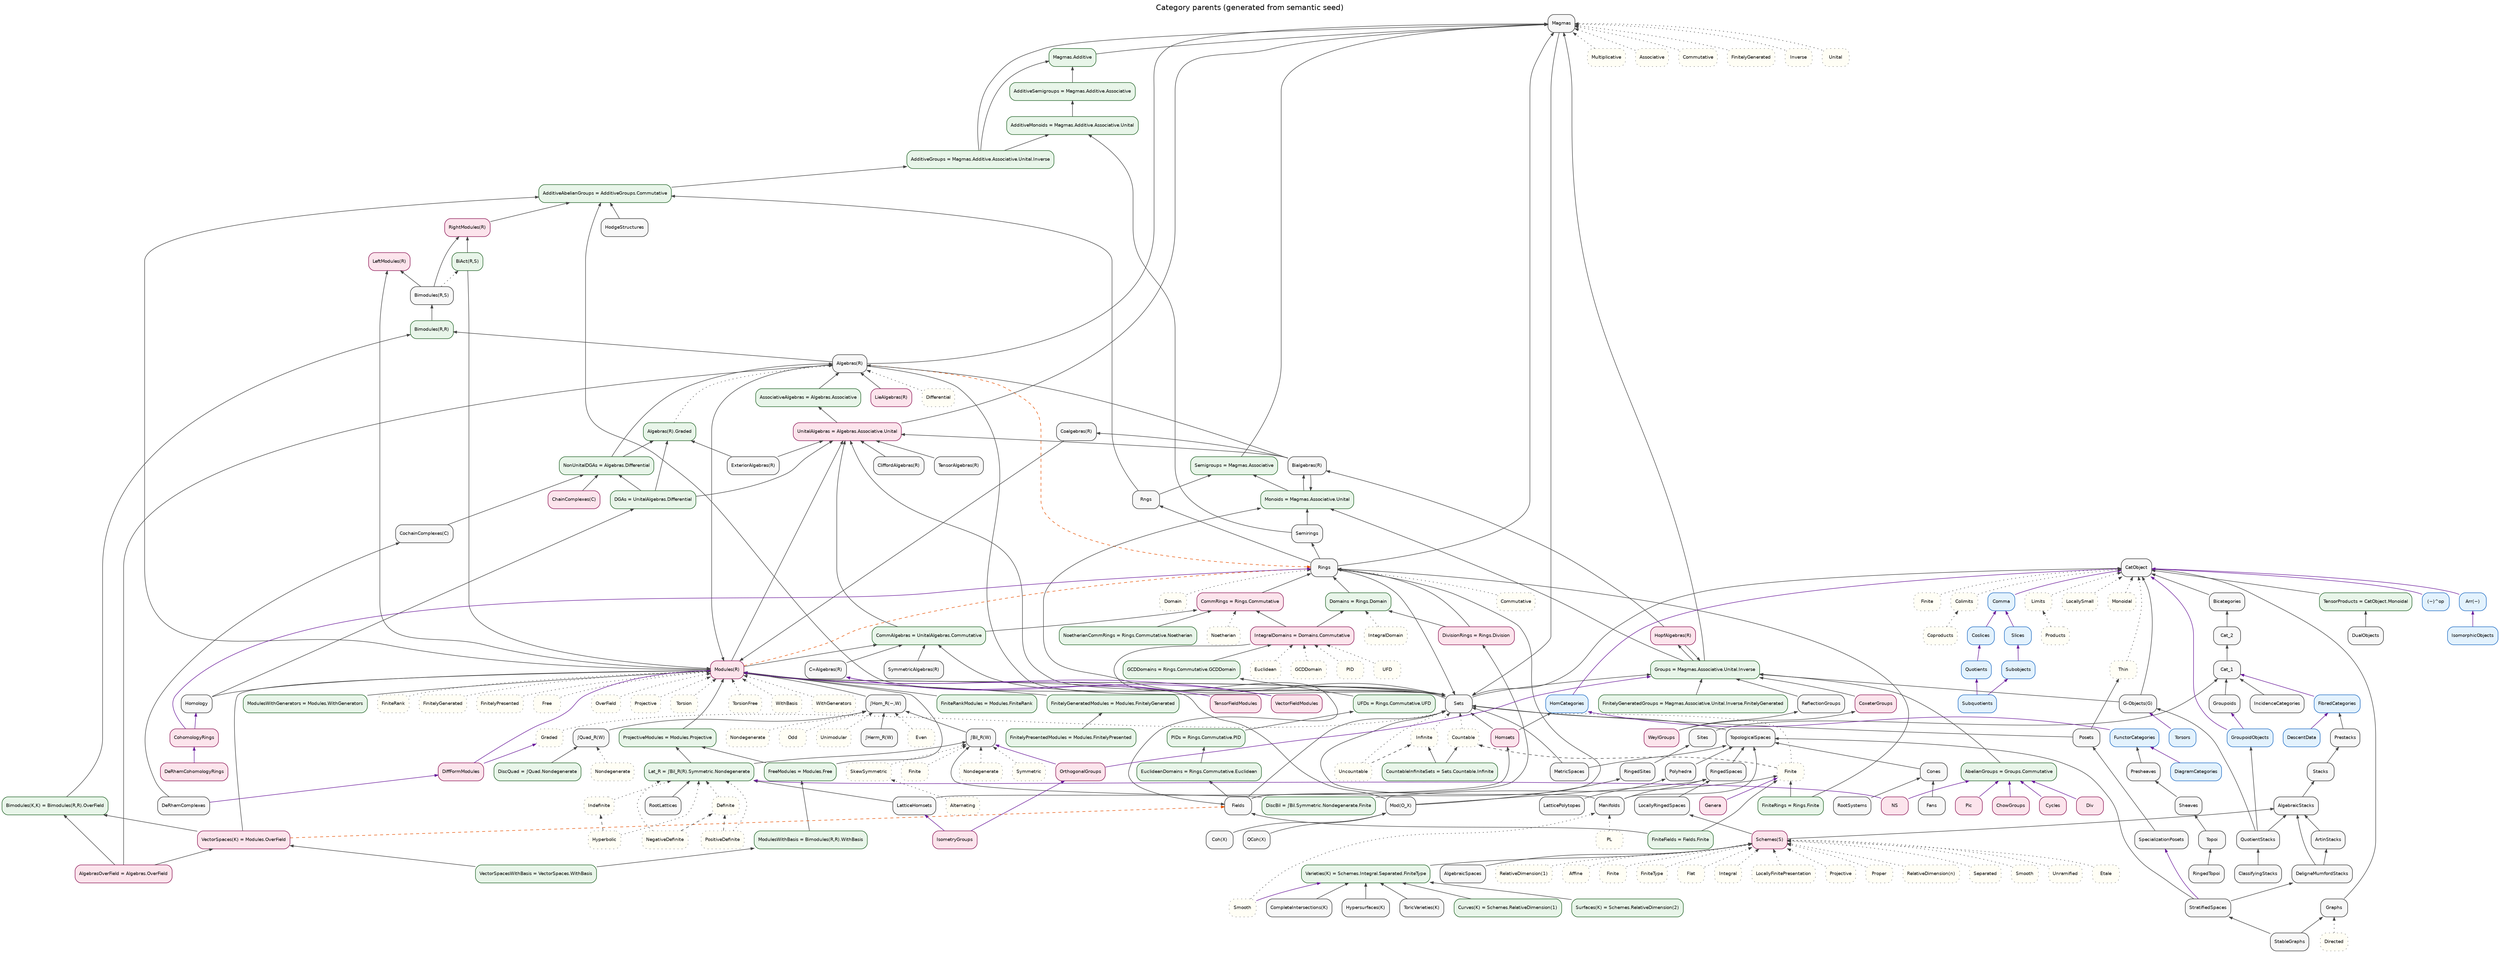
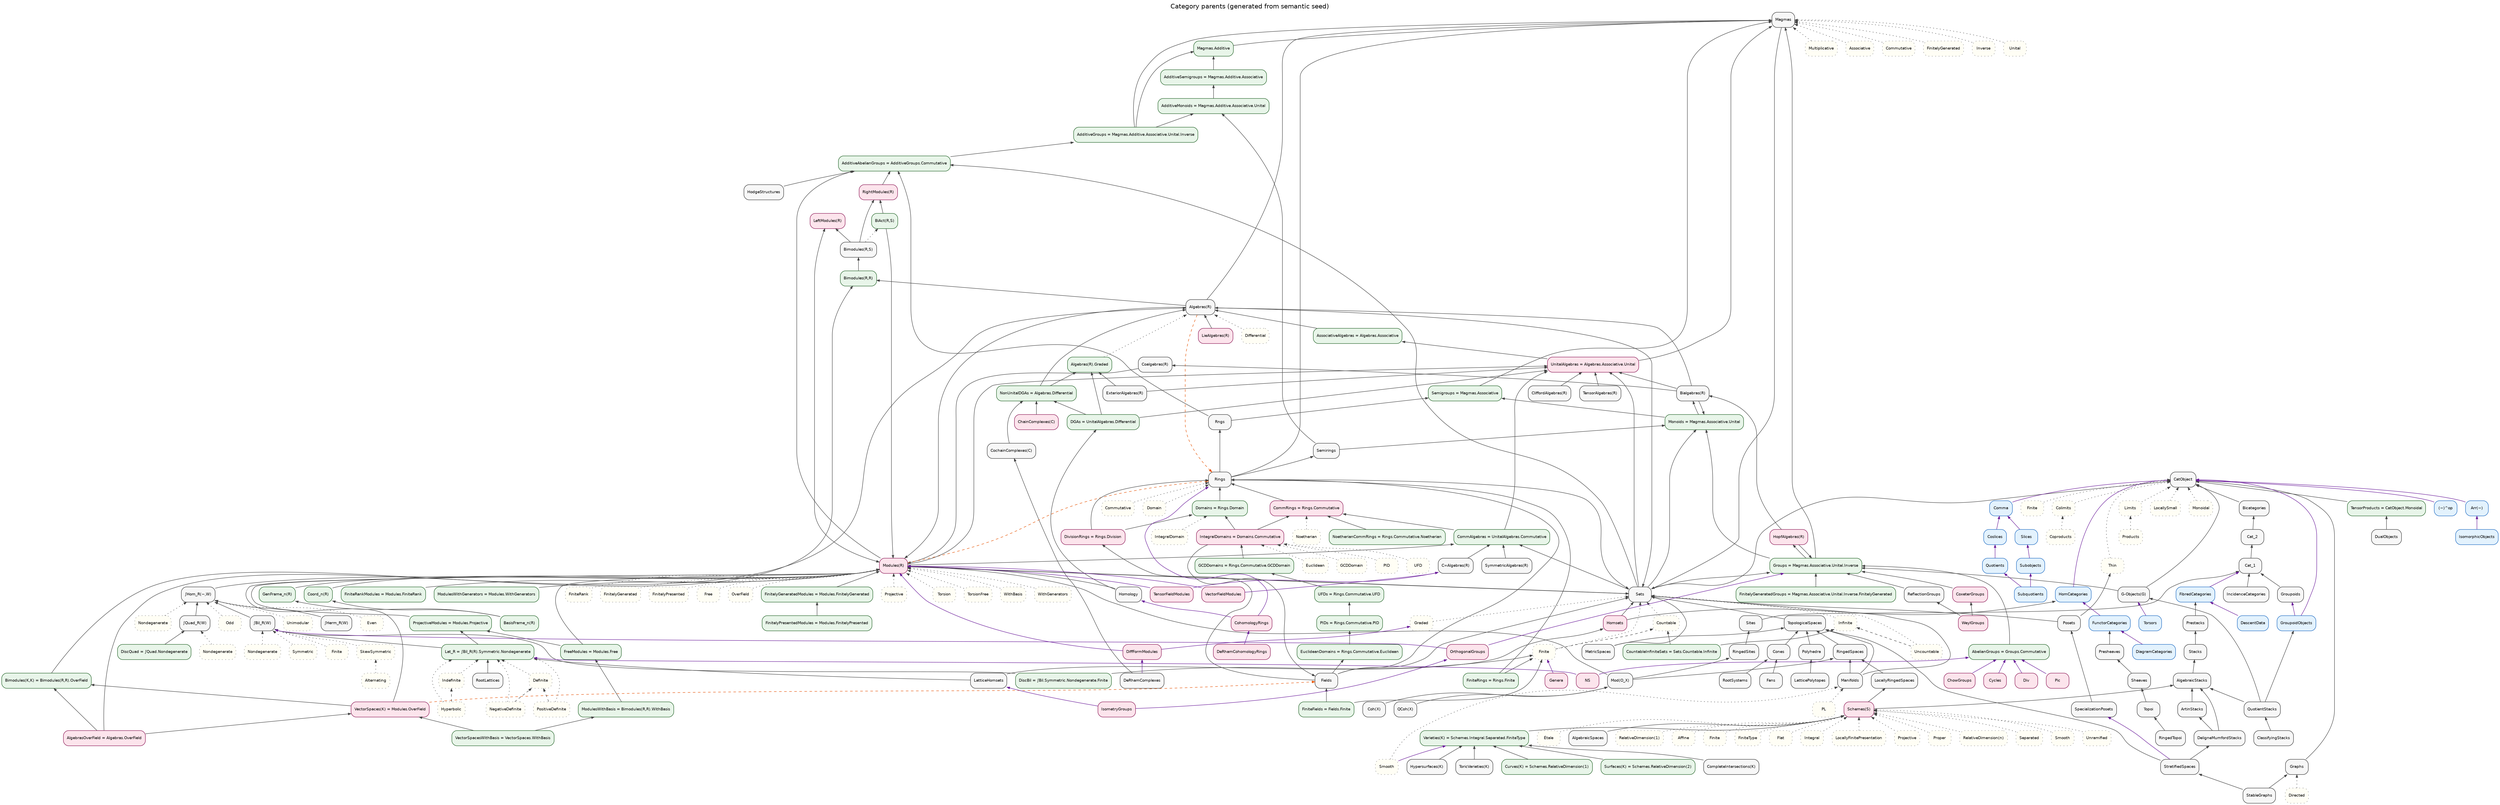
// GENERATED from semantic_seed/ — semantic presentation view.
// Authoritative: design/normalized_category_graph/semantic_seed/
// Factory/viz layout: category_parent_graph.dot (hand; see .hand.dot)

digraph CategoryParents {
  graph [
    rankdir=BT
    labelloc=t
    label="Category parents (generated from semantic seed)"
    fontsize=15
    fontname="Helvetica"
    nodesep=0.28
    ranksep=0.45
    splines=true
  ];
  node [
    shape=box
    style="rounded,filled"
    fontname="Helvetica"
    fontsize=9
    fillcolor="#f7f7f7"
    color="#333333"
  ];
  edge [color="#444444", arrowsize=0.65];

  // --- category_family ---
  AlgebraicSpaces [style="rounded,filled", fillcolor="#f7f7f7", color="#333333", id="cat.algebraicspaces", kind="category_family"];
  AlgebraicStacks [style="rounded,filled", fillcolor="#f7f7f7", color="#333333", id="cat.algebraicstacks", kind="category_family"];
  "Algebras(R)" [style="rounded,filled", fillcolor="#f7f7f7", color="#333333", id="cat.algebras_r", kind="category_family"];
  ArtinStacks [style="rounded,filled", fillcolor="#f7f7f7", color="#333333", id="cat.artinstacks", kind="category_family"];
  "Bialgebras(R)" [style="rounded,filled", fillcolor="#f7f7f7", color="#333333", id="cat.bialgebras_r", kind="category_family"];
  Bicategories [style="rounded,filled", fillcolor="#f7f7f7", color="#333333", id="cat.bicategories", kind="category_family"];
  "Bimodules(R,S)" [style="rounded,filled", fillcolor="#f7f7f7", color="#333333", id="cat.bimodules_r_s", kind="category_family"];
  CatObject [style="rounded,filled", fillcolor="#f7f7f7", color="#333333", id="cat.cat_object", kind="category_family"];
  Cat_1 [style="rounded,filled", fillcolor="#f7f7f7", color="#333333", id="cat.cat_1", kind="category_family"];
  Cat_2 [style="rounded,filled", fillcolor="#f7f7f7", color="#333333", id="cat.cat_2", kind="category_family"];
  "ChainComplexes(C)" [style="rounded,filled", fillcolor="#f7f7f7", color="#333333", id="cat.chaincomplexes", kind="category_family"];
  ClassifyingStacks [style="rounded,filled", fillcolor="#f7f7f7", color="#333333", id="cat.classifyingstacks", kind="category_family"];
  "CliffordAlgebras(R)" [style="rounded,filled", fillcolor="#f7f7f7", color="#333333", id="cat.cliffordalgebras", kind="category_family"];
  "Coalgebras(R)" [style="rounded,filled", fillcolor="#f7f7f7", color="#333333", id="cat.coalgebras_r", kind="category_family"];
  "CochainComplexes(C)" [style="rounded,filled", fillcolor="#f7f7f7", color="#333333", id="cat.cochaincomplexes", kind="category_family"];
  "Coh(X)" [style="rounded,filled", fillcolor="#f7f7f7", color="#333333", id="cat.coh", kind="category_family"];
  "CompleteIntersections(K)" [style="rounded,filled", fillcolor="#f7f7f7", color="#333333", id="cat.completeintersections", kind="category_family"];
  Cones [style="rounded,filled", fillcolor="#f7f7f7", color="#333333", id="cat.cones", kind="category_family"];
  CoxeterGroups [style="rounded,filled", fillcolor="#f7f7f7", color="#333333", id="cat.coxeter_groups", kind="category_family"];
  "C∞Algebras(R)" [style="rounded,filled", fillcolor="#f7f7f7", color="#333333", id="cat.cinftyalgebras", kind="category_family"];
  DeRhamComplexes [style="rounded,filled", fillcolor="#f7f7f7", color="#333333", id="cat.derhamcomplexes", kind="category_family"];
  DeligneMumfordStacks [style="rounded,filled", fillcolor="#f7f7f7", color="#333333", id="cat.delignemumfordstacks", kind="category_family"];
  DualObjects [style="rounded,filled", fillcolor="#f7f7f7", color="#333333", id="cat.dualobjects", kind="category_family"];
  "ExteriorAlgebras(R)" [style="rounded,filled", fillcolor="#f7f7f7", color="#333333", id="cat.exterioralgebras", kind="category_family"];
  Fans [style="rounded,filled", fillcolor="#f7f7f7", color="#333333", id="cat.fans", kind="category_family"];
  Fields [style="rounded,filled", fillcolor="#f7f7f7", color="#333333", id="cat.fields", kind="category_family"];
  "G-Objects(G)" [style="rounded,filled", fillcolor="#f7f7f7", color="#333333", id="cat.g_objects", kind="category_family"];
  Graphs [style="rounded,filled", fillcolor="#f7f7f7", color="#333333", id="cat.graphs", kind="category_family"];
  Groupoids [style="rounded,filled", fillcolor="#f7f7f7", color="#333333", id="cat.groupoids", kind="category_family"];
  HodgeStructures [style="rounded,filled", fillcolor="#f7f7f7", color="#333333", id="cat.hodgestructures", kind="category_family"];
  Homology [style="rounded,filled", fillcolor="#f7f7f7", color="#333333", id="cat.homology", kind="category_family"];
  Homsets [style="rounded,filled", fillcolor="#f7f7f7", color="#333333", id="cat.homsets", kind="category_family"];
  "HopfAlgebras(R)" [style="rounded,filled", fillcolor="#f7f7f7", color="#333333", id="cat.hopf_algebras_r", kind="category_family"];
  "Hypersurfaces(K)" [style="rounded,filled", fillcolor="#f7f7f7", color="#333333", id="cat.hypersurfaces", kind="category_family"];
  IncidenceCategories [style="rounded,filled", fillcolor="#f7f7f7", color="#333333", id="cat.incidencecategories", kind="category_family"];
  LatticeHomsets [style="rounded,filled", fillcolor="#f7f7f7", color="#333333", id="cat.latticehomsets", kind="category_family"];
  LatticePolytopes [style="rounded,filled", fillcolor="#f7f7f7", color="#333333", id="cat.latticepolytopes", kind="category_family"];
  "LieAlgebras(R)" [style="rounded,filled", fillcolor="#f7f7f7", color="#333333", id="cat.lie_algebras_r", kind="category_family"];
  LocallyRingedSpaces [style="rounded,filled", fillcolor="#f7f7f7", color="#333333", id="cat.locallyringedspaces", kind="category_family"];
  Magmas [style="rounded,filled", fillcolor="#f7f7f7", color="#333333", id="cat.magmas", kind="category_family"];
  Manifolds [style="rounded,filled", fillcolor="#f7f7f7", color="#333333", id="cat.manifolds", kind="category_family"];
  MetricSpaces [style="rounded,filled", fillcolor="#f7f7f7", color="#333333", id="cat.metricspaces", kind="category_family"];
  "Mod(O_X)" [style="rounded,filled", fillcolor="#f7f7f7", color="#333333", id="cat.mod", kind="category_family"];
  "Modules(R)" [style="rounded,filled", fillcolor="#f7f7f7", color="#333333", id="cat.modules_r", kind="category_family"];
  Polyhedra [style="rounded,filled", fillcolor="#f7f7f7", color="#333333", id="cat.polyhedra", kind="category_family"];
  Posets [style="rounded,filled", fillcolor="#f7f7f7", color="#333333", id="cat.posets", kind="category_family"];
  Presheaves [style="rounded,filled", fillcolor="#f7f7f7", color="#333333", id="cat.presheaves", kind="category_family"];
  Prestacks [style="rounded,filled", fillcolor="#f7f7f7", color="#333333", id="cat.prestacks", kind="category_family"];
  "QCoh(X)" [style="rounded,filled", fillcolor="#f7f7f7", color="#333333", id="cat.qcoh", kind="category_family"];
  QuotientStacks [style="rounded,filled", fillcolor="#f7f7f7", color="#333333", id="cat.quotientstacks", kind="category_family"];
  ReflectionGroups [style="rounded,filled", fillcolor="#f7f7f7", color="#333333", id="cat.reflectiongroups", kind="category_family"];
  RingedSites [style="rounded,filled", fillcolor="#f7f7f7", color="#333333", id="cat.ringedsites", kind="category_family"];
  RingedSpaces [style="rounded,filled", fillcolor="#f7f7f7", color="#333333", id="cat.ringedspaces", kind="category_family"];
  RingedTopoi [style="rounded,filled", fillcolor="#f7f7f7", color="#333333", id="cat.ringedtopoi", kind="category_family"];
  Rings [style="rounded,filled", fillcolor="#f7f7f7", color="#333333", id="cat.rings", kind="category_family"];
  Rngs [style="rounded,filled", fillcolor="#f7f7f7", color="#333333", id="cat.rngs", kind="category_family"];
  RootLattices [style="rounded,filled", fillcolor="#f7f7f7", color="#333333", id="cat.rootlattices", kind="category_family"];
  RootSystems [style="rounded,filled", fillcolor="#f7f7f7", color="#333333", id="cat.rootsystems", kind="category_family"];
  "Schemes(S)" [style="rounded,filled", fillcolor="#f7f7f7", color="#333333", id="cat.schemes_s", kind="category_family"];
  Semirings [style="rounded,filled", fillcolor="#f7f7f7", color="#333333", id="cat.semirings", kind="category_family"];
  Sets [style="rounded,filled", fillcolor="#f7f7f7", color="#333333", id="cat.sets", kind="category_family"];
  Sheaves [style="rounded,filled", fillcolor="#f7f7f7", color="#333333", id="cat.sheaves", kind="category_family"];
  Sites [style="rounded,filled", fillcolor="#f7f7f7", color="#333333", id="cat.sites", kind="category_family"];
  SpecializationPosets [style="rounded,filled", fillcolor="#f7f7f7", color="#333333", id="cat.specializationposets", kind="category_family"];
  StableGraphs [style="rounded,filled", fillcolor="#f7f7f7", color="#333333", id="cat.stablegraphs", kind="category_family"];
  Stacks [style="rounded,filled", fillcolor="#f7f7f7", color="#333333", id="cat.stacks", kind="category_family"];
  StratifiedSpaces [style="rounded,filled", fillcolor="#f7f7f7", color="#333333", id="cat.stratifiedspaces", kind="category_family"];
  "SymmetricAlgebras(R)" [style="rounded,filled", fillcolor="#f7f7f7", color="#333333", id="cat.symmetricalgebras", kind="category_family"];
  "TensorAlgebras(R)" [style="rounded,filled", fillcolor="#f7f7f7", color="#333333", id="cat.tensoralgebras", kind="category_family"];
  Topoi [style="rounded,filled", fillcolor="#f7f7f7", color="#333333", id="cat.topoi", kind="category_family"];
  TopologicalSpaces [style="rounded,filled", fillcolor="#f7f7f7", color="#333333", id="cat.topologicalspaces", kind="category_family"];
  "ToricVarieties(K)" [style="rounded,filled", fillcolor="#f7f7f7", color="#333333", id="cat.toricvarieties", kind="category_family"];
  WeylGroups [style="rounded,filled", fillcolor="#f7f7f7", color="#333333", id="cat.weyl_groups", kind="category_family"];
  "∫Bil_R(W)" [style="rounded,filled", fillcolor="#f7f7f7", color="#333333", id="cat.int_bil_r", kind="category_family"];
  "∫Herm_R(W)" [style="rounded,filled", fillcolor="#f7f7f7", color="#333333", id="cat.int_herm_r", kind="category_family"];
  "∫Hom_R(−,W)" [style="rounded,filled", fillcolor="#f7f7f7", color="#333333", id="cat.int_hom_r", kind="category_family"];
  "∫Quad_R(W)" [style="rounded,filled", fillcolor="#f7f7f7", color="#333333", id="cat.int_quad_r", kind="category_family"];

  // --- derived_category ---
  "AbelianGroups = Groups.Commutative" [style="rounded,filled", fillcolor="#e8f5e9", color="#1b5e20", id="cat.abelian_groups", kind="derived_category"];
  "AdditiveAbelianGroups = AdditiveGroups.Commutative" [style="rounded,filled", fillcolor="#e8f5e9", color="#1b5e20", id="cat.additive_abelian_groups", kind="derived_category"];
  "AdditiveGroups = Magmas.Additive.Associative.Unital.Inverse" [style="rounded,filled", fillcolor="#e8f5e9", color="#1b5e20", id="cat.additive_groups", kind="derived_category"];
  "AdditiveMonoids = Magmas.Additive.Associative.Unital" [style="rounded,filled", fillcolor="#e8f5e9", color="#1b5e20", id="cat.additive_monoids", kind="derived_category"];
  "AdditiveSemigroups = Magmas.Additive.Associative" [style="rounded,filled", fillcolor="#e8f5e9", color="#1b5e20", id="cat.additive_semigroups", kind="derived_category"];
  "Algebras(R).Graded" [style="rounded,filled", fillcolor="#e8f5e9", color="#1b5e20", id="cat.algebras_r.graded", kind="derived_category"];
  "AlgebrasOverField = Algebras.OverField" [style="rounded,filled", fillcolor="#e8f5e9", color="#1b5e20", id="cat.algebras_over_field", kind="derived_category"];
  "AssociativeAlgebras = Algebras.Associative" [style="rounded,filled", fillcolor="#e8f5e9", color="#1b5e20", id="cat.associativealgebras", kind="derived_category"];
+   "BasisFrame_n(R)" [style="rounded,filled", fillcolor="#e8f5e9", color="#1b5e20", id="cat.basisframe_n_r", kind="derived_category"];
  "BiAct(R,S)" [style="rounded,filled", fillcolor="#e8f5e9", color="#1b5e20", id="cat.biact_r_s", kind="derived_category"];
  "Bimodules(K,K) = Bimodules(R,R).OverField" [style="rounded,filled", fillcolor="#e8f5e9", color="#1b5e20", id="cat.bimodules_k_k", kind="derived_category"];
  "Bimodules(R,R)" [style="rounded,filled", fillcolor="#e8f5e9", color="#1b5e20", id="cat.bimodules_r_r", kind="derived_category"];
  "CommAlgebras = UnitalAlgebras.Commutative" [style="rounded,filled", fillcolor="#e8f5e9", color="#1b5e20", id="cat.commutative_algebras", kind="derived_category"];
  "CommRings = Rings.Commutative" [style="rounded,filled", fillcolor="#e8f5e9", color="#1b5e20", id="cat.commutative_rings", kind="derived_category"];
+   "Coord_n(R)" [style="rounded,filled", fillcolor="#e8f5e9", color="#1b5e20", id="cat.coord_n_r", kind="derived_category"];
  "CountableInfiniteSets = Sets.Countable.Infinite" [style="rounded,filled", fillcolor="#e8f5e9", color="#1b5e20", id="cat.countableinfinitesets", kind="derived_category"];
  "Curves(K) = Schemes.RelativeDimension(1)" [style="rounded,filled", fillcolor="#e8f5e9", color="#1b5e20", id="cat.curves", kind="derived_category"];
  "DGAs = UnitalAlgebras.Differential" [style="rounded,filled", fillcolor="#e8f5e9", color="#1b5e20", id="cat.dgas", kind="derived_category"];
  "DiscBil = ∫Bil.Symmetric.Nondegenerate.Finite" [style="rounded,filled", fillcolor="#e8f5e9", color="#1b5e20", id="cat.discbil", kind="derived_category"];
  "DiscQuad = ∫Quad.Nondegenerate" [style="rounded,filled", fillcolor="#e8f5e9", color="#1b5e20", id="cat.discquad", kind="derived_category"];
  "DivisionRings = Rings.Division" [style="rounded,filled", fillcolor="#e8f5e9", color="#1b5e20", id="cat.division_rings", kind="derived_category"];
  "Domains = Rings.Domain" [style="rounded,filled", fillcolor="#e8f5e9", color="#1b5e20", id="cat.domains", kind="derived_category"];
  "EuclideanDomains = Rings.Commutative.Euclidean" [style="rounded,filled", fillcolor="#e8f5e9", color="#1b5e20", id="cat.euclidean_domains", kind="derived_category"];
  "FiniteFields = Fields.Finite" [style="rounded,filled", fillcolor="#e8f5e9", color="#1b5e20", id="cat.finite_fields", kind="derived_category"];
  "FiniteRankModules = Modules.FiniteRank" [style="rounded,filled", fillcolor="#e8f5e9", color="#1b5e20", id="cat.finiterankmodules", kind="derived_category"];
  "FiniteRings = Rings.Finite" [style="rounded,filled", fillcolor="#e8f5e9", color="#1b5e20", id="cat.finite_rings", kind="derived_category"];
  "FinitelyGeneratedGroups = Magmas.Associative.Unital.Inverse.FinitelyGenerated" [style="rounded,filled", fillcolor="#e8f5e9", color="#1b5e20", id="cat.finitelygeneratedgroups", kind="derived_category"];
  "FinitelyGeneratedModules = Modules.FinitelyGenerated" [style="rounded,filled", fillcolor="#e8f5e9", color="#1b5e20", id="cat.finitelygeneratedmodules", kind="derived_category"];
  "FinitelyPresentedModules = Modules.FinitelyPresented" [style="rounded,filled", fillcolor="#e8f5e9", color="#1b5e20", id="cat.finitelypresentedmodules", kind="derived_category"];
  "FreeModules = Modules.Free" [style="rounded,filled", fillcolor="#e8f5e9", color="#1b5e20", id="cat.freemodules", kind="derived_category"];
  "GCDDomains = Rings.Commutative.GCDDomain" [style="rounded,filled", fillcolor="#e8f5e9", color="#1b5e20", id="cat.gcd_domains", kind="derived_category"];
+   "GenFrame_n(R)" [style="rounded,filled", fillcolor="#e8f5e9", color="#1b5e20", id="cat.genframe_n_r", kind="derived_category"];
  "Groups = Magmas.Associative.Unital.Inverse" [style="rounded,filled", fillcolor="#e8f5e9", color="#1b5e20", id="cat.groups", kind="derived_category"];
  "IntegralDomains = Domains.Commutative" [style="rounded,filled", fillcolor="#e8f5e9", color="#1b5e20", id="cat.integral_domains", kind="derived_category"];
  "Lat_R = ∫Bil_R(R).Symmetric.Nondegenerate" [style="rounded,filled", fillcolor="#e8f5e9", color="#1b5e20", id="cat.lat_r", kind="derived_category"];
  "Magmas.Additive" [style="rounded,filled", fillcolor="#e8f5e9", color="#1b5e20", id="cat.additive_magmas", kind="derived_category"];
  "ModulesWithBasis = Bimodules(R,R).WithBasis" [style="rounded,filled", fillcolor="#e8f5e9", color="#1b5e20", id="cat.modules_with_basis", kind="derived_category"];
  "ModulesWithGenerators = Modules.WithGenerators" [style="rounded,filled", fillcolor="#e8f5e9", color="#1b5e20", id="cat.moduleswithgenerators", kind="derived_category"];
  "Monoids = Magmas.Associative.Unital" [style="rounded,filled", fillcolor="#e8f5e9", color="#1b5e20", id="cat.monoids", kind="derived_category"];
  "NoetherianCommRings = Rings.Commutative.Noetherian" [style="rounded,filled", fillcolor="#e8f5e9", color="#1b5e20", id="cat.noetheriancommrings", kind="derived_category"];
  "NonUnitalDGAs = Algebras.Differential" [style="rounded,filled", fillcolor="#e8f5e9", color="#1b5e20", id="cat.nonunitaldgas", kind="derived_category"];
  "PIDs = Rings.Commutative.PID" [style="rounded,filled", fillcolor="#e8f5e9", color="#1b5e20", id="cat.pids", kind="derived_category"];
  "ProjectiveModules = Modules.Projective" [style="rounded,filled", fillcolor="#e8f5e9", color="#1b5e20", id="cat.projectivemodules", kind="derived_category"];
  "RightModules(R)" [style="rounded,filled", fillcolor="#e8f5e9", color="#1b5e20", id="cat.right_modules_r", kind="derived_category"];
  "Semigroups = Magmas.Associative" [style="rounded,filled", fillcolor="#e8f5e9", color="#1b5e20", id="cat.semigroups", kind="derived_category"];
  "Surfaces(K) = Schemes.RelativeDimension(2)" [style="rounded,filled", fillcolor="#e8f5e9", color="#1b5e20", id="cat.surfaces", kind="derived_category"];
  "TensorProducts = CatObject.Monoidal" [style="rounded,filled", fillcolor="#e8f5e9", color="#1b5e20", id="cat.tensorproducts", kind="derived_category"];
  "UFDs = Rings.Commutative.UFD" [style="rounded,filled", fillcolor="#e8f5e9", color="#1b5e20", id="cat.ufds", kind="derived_category"];
  "UnitalAlgebras = Algebras.Associative.Unital" [style="rounded,filled", fillcolor="#e8f5e9", color="#1b5e20", id="cat.unital_algebras", kind="derived_category"];
  "Varieties(K) = Schemes.Integral.Separated.FiniteType" [style="rounded,filled", fillcolor="#e8f5e9", color="#1b5e20", id="cat.varieties", kind="derived_category"];
  "VectorSpaces(K) = Modules.OverField" [style="rounded,filled", fillcolor="#e8f5e9", color="#1b5e20", id="cat.vector_spaces_k", kind="derived_category"];
  "VectorSpacesWithBasis = VectorSpaces.WithBasis" [style="rounded,filled", fillcolor="#e8f5e9", color="#1b5e20", id="cat.vectorspaceswithbasis", kind="derived_category"];

  // --- category_constructor ---
  "(−)^op" [style="rounded,filled", fillcolor="#e3f2fd", color="#1565c0", id="ctor.op", kind="category_constructor"];
  "Arr(−)" [style="rounded,filled", fillcolor="#e3f2fd", color="#1565c0", id="ctor.arr", kind="category_constructor"];
  Comma [style="rounded,filled", fillcolor="#e3f2fd", color="#1565c0", id="ctor.comma", kind="category_constructor"];
  Coslices [style="rounded,filled", fillcolor="#e3f2fd", color="#1565c0", id="ctor.coslices", kind="category_constructor"];
  DescentData [style="rounded,filled", fillcolor="#e3f2fd", color="#1565c0", id="ctor.descentdata", kind="category_constructor"];
  DiagramCategories [style="rounded,filled", fillcolor="#e3f2fd", color="#1565c0", id="ctor.diagramcategories", kind="category_constructor"];
  FibredCategories [style="rounded,filled", fillcolor="#e3f2fd", color="#1565c0", id="ctor.fibredcategories", kind="category_constructor"];
  FunctorCategories [style="rounded,filled", fillcolor="#e3f2fd", color="#1565c0", id="ctor.functorcategories", kind="category_constructor"];
  GroupoidObjects [style="rounded,filled", fillcolor="#e3f2fd", color="#1565c0", id="ctor.groupoidobjects", kind="category_constructor"];
  HomCategories [style="rounded,filled", fillcolor="#e3f2fd", color="#1565c0", id="ctor.homcategories", kind="category_constructor"];
  IsomorphicObjects [style="rounded,filled", fillcolor="#e3f2fd", color="#1565c0", id="ctor.isomorphicobjects", kind="category_constructor"];
  Quotients [style="rounded,filled", fillcolor="#e3f2fd", color="#1565c0", id="ctor.quotients", kind="category_constructor"];
  Slices [style="rounded,filled", fillcolor="#e3f2fd", color="#1565c0", id="ctor.slices", kind="category_constructor"];
  Subobjects [style="rounded,filled", fillcolor="#e3f2fd", color="#1565c0", id="ctor.subobjects", kind="category_constructor"];
  Subquotients [style="rounded,filled", fillcolor="#e3f2fd", color="#1565c0", id="ctor.subquotients", kind="category_constructor"];
  Torsors [style="rounded,filled", fillcolor="#e3f2fd", color="#1565c0", id="ctor.torsors", kind="category_constructor"];

  // --- classifier_domain ---
  "CatObject.Colimits" [style="rounded,filled,dotted", fillcolor="#fffef5", color="#888888", id="clf.catobject_colimits", kind="classifier_domain", label="Colimits"];
  "CatObject.Coproducts" [style="rounded,filled,dotted", fillcolor="#fffef5", color="#888888", id="clf.catobject_coproducts", kind="classifier_domain", label="Coproducts"];
  "CatObject.Finite" [style="rounded,filled,dotted", fillcolor="#fffef5", color="#888888", id="clf.catobject_finite", kind="classifier_domain", label="Finite"];
  "CatObject.Limits" [style="rounded,filled,dotted", fillcolor="#fffef5", color="#888888", id="clf.catobject_limits", kind="classifier_domain", label="Limits"];
  "CatObject.LocallySmall" [style="rounded,filled,dotted", fillcolor="#fffef5", color="#888888", id="clf.catobject_locallysmall", kind="classifier_domain", label="LocallySmall"];
  "CatObject.Products" [style="rounded,filled,dotted", fillcolor="#fffef5", color="#888888", id="clf.catobject_products", kind="classifier_domain", label="Products"];
  "CatObject.Thin" [style="rounded,filled,dotted", fillcolor="#fffef5", color="#888888", id="clf.catobject_thin", kind="classifier_domain", label="Thin"];
  "Graphs.Directed" [style="rounded,filled,dotted", fillcolor="#fffef5", color="#888888", id="clf.graphs_directed", kind="classifier_domain", label="Directed"];
  "Lat.Definite" [style="rounded,filled,dotted", fillcolor="#fffef5", color="#888888", id="clf.lat_definite", kind="classifier_domain", label="Definite"];
  "Lat.Hyperbolic" [style="rounded,filled,dotted", fillcolor="#fffef5", color="#888888", id="clf.lat_hyperbolic", kind="classifier_domain", label="Hyperbolic"];
  "Lat.Indefinite" [style="rounded,filled,dotted", fillcolor="#fffef5", color="#888888", id="clf.lat_indefinite", kind="classifier_domain", label="Indefinite"];
  "Lat.NegativeDefinite" [style="rounded,filled,dotted", fillcolor="#fffef5", color="#888888", id="clf.lat_negativedefinite", kind="classifier_domain", label="NegativeDefinite"];
  "Lat.PositiveDefinite" [style="rounded,filled,dotted", fillcolor="#fffef5", color="#888888", id="clf.lat_positivedefinite", kind="classifier_domain", label="PositiveDefinite"];
  "Magmas.Multiplicative" [style="rounded,filled,dotted", fillcolor="#fffef5", color="#888888", id="clf.magmas_multiplicative", kind="classifier_domain", label="Multiplicative"];
  "Manifolds.PL" [style="rounded,filled,dotted", fillcolor="#fffef5", color="#888888", id="clf.manifolds_pl", kind="classifier_domain", label="PL"];
  "Manifolds.Smooth" [style="rounded,filled,dotted", fillcolor="#fffef5", color="#888888", id="clf.manifolds_smooth", kind="classifier_domain", label="Smooth"];
  "Modules.FiniteRank" [style="rounded,filled,dotted", fillcolor="#fffef5", color="#888888", id="clf.modules_finiterank", kind="classifier_domain", label="FiniteRank"];
  "Modules.FinitelyGenerated" [style="rounded,filled,dotted", fillcolor="#fffef5", color="#888888", id="clf.modules_finitelygenerated", kind="classifier_domain", label="FinitelyGenerated"];
  "Modules.FinitelyPresented" [style="rounded,filled,dotted", fillcolor="#fffef5", color="#888888", id="clf.modules_finitelypresented", kind="classifier_domain", label="FinitelyPresented"];
  "Modules.Free" [style="rounded,filled,dotted", fillcolor="#fffef5", color="#888888", id="clf.modules_free", kind="classifier_domain", label="Free"];
  "Modules.OverField" [style="rounded,filled,dotted", fillcolor="#fffef5", color="#888888", id="clf.modules.over_field.domain", kind="classifier_domain", label="OverField"];
  "Modules.Projective" [style="rounded,filled,dotted", fillcolor="#fffef5", color="#888888", id="clf.modules_projective", kind="classifier_domain", label="Projective"];
  "Modules.Torsion" [style="rounded,filled,dotted", fillcolor="#fffef5", color="#888888", id="clf.modules_torsion", kind="classifier_domain", label="Torsion"];
  "Modules.TorsionFree" [style="rounded,filled,dotted", fillcolor="#fffef5", color="#888888", id="clf.modules_torsionfree", kind="classifier_domain", label="TorsionFree"];
  "Modules.WithBasis" [style="rounded,filled,dotted", fillcolor="#fffef5", color="#888888", id="clf.modules.with_basis.domain", kind="classifier_domain", label="WithBasis"];
  "Modules.WithGenerators" [style="rounded,filled,dotted", fillcolor="#fffef5", color="#888888", id="clf.modules_withgenerators", kind="classifier_domain", label="WithGenerators"];
  "Rings.Commutative" [style="rounded,filled,dotted", fillcolor="#fffef5", color="#888888", id="clf.rings.commutative.domain", kind="classifier_domain", label="Commutative"];
  "Schemes(S).RelativeDimension(1)" [style="rounded,filled,dotted", fillcolor="#fffef5", color="#888888", id="clf.schemes_s.relativedimension.domain", kind="classifier_domain", label="RelativeDimension(1)"];
  "Schemes.Affine" [style="rounded,filled,dotted", fillcolor="#fffef5", color="#888888", id="clf.schemes_affine", kind="classifier_domain", label="Affine"];
  "Schemes.Finite" [style="rounded,filled,dotted", fillcolor="#fffef5", color="#888888", id="clf.schemes_finite", kind="classifier_domain", label="Finite"];
  "Schemes.FiniteType" [style="rounded,filled,dotted", fillcolor="#fffef5", color="#888888", id="clf.schemes_finitetype", kind="classifier_domain", label="FiniteType"];
  "Schemes.Flat" [style="rounded,filled,dotted", fillcolor="#fffef5", color="#888888", id="clf.schemes_flat", kind="classifier_domain", label="Flat"];
  "Schemes.Integral" [style="rounded,filled,dotted", fillcolor="#fffef5", color="#888888", id="clf.schemes_integral", kind="classifier_domain", label="Integral"];
  "Schemes.LocallyFinitePresentation" [style="rounded,filled,dotted", fillcolor="#fffef5", color="#888888", id="clf.schemes_locallyfinitepresentation", kind="classifier_domain", label="LocallyFinitePresentation"];
  "Schemes.Projective" [style="rounded,filled,dotted", fillcolor="#fffef5", color="#888888", id="clf.schemes_projective", kind="classifier_domain", label="Projective"];
  "Schemes.Proper" [style="rounded,filled,dotted", fillcolor="#fffef5", color="#888888", id="clf.schemes_proper", kind="classifier_domain", label="Proper"];
  "Schemes.RelativeDimension(n)" [style="rounded,filled,dotted", fillcolor="#fffef5", color="#888888", id="clf.schemes_relativedimension", kind="classifier_domain", label="RelativeDimension(n)"];
  "Schemes.Separated" [style="rounded,filled,dotted", fillcolor="#fffef5", color="#888888", id="clf.schemes_separated", kind="classifier_domain", label="Separated"];
  "Schemes.Smooth" [style="rounded,filled,dotted", fillcolor="#fffef5", color="#888888", id="clf.schemes_smooth", kind="classifier_domain", label="Smooth"];
  "Schemes.Unramified" [style="rounded,filled,dotted", fillcolor="#fffef5", color="#888888", id="clf.schemes_unramified", kind="classifier_domain", label="Unramified"];
  "Schemes.Étale" [style="rounded,filled,dotted", fillcolor="#fffef5", color="#888888", id="clf.schemes_etale", kind="classifier_domain", label="Étale"];
  "Sets.Countable" [style="rounded,filled,dotted", fillcolor="#fffef5", color="#888888", id="clf.sets_countable", kind="classifier_domain", label="Countable"];
  "Sets.Finite" [style="rounded,filled,dotted", fillcolor="#fffef5", color="#888888", id="clf.sets.finite.domain", kind="classifier_domain", label="Finite"];
  "Sets.Graded" [style="rounded,filled,dotted", fillcolor="#fffef5", color="#888888", id="clf.sets.graded.domain", kind="classifier_domain", label="Graded"];
  "Sets.Infinite" [style="rounded,filled,dotted", fillcolor="#fffef5", color="#888888", id="clf.sets_infinite", kind="classifier_domain", label="Infinite"];
  "Sets.Uncountable" [style="rounded,filled,dotted", fillcolor="#fffef5", color="#888888", id="clf.sets_uncountable", kind="classifier_domain", label="Uncountable"];
  "ax.Associative" [style="rounded,filled,dotted", fillcolor="#fffef5", color="#888888", id="clf.ax_associative", kind="classifier_domain", label="Associative"];
  "ax.Commutative" [style="rounded,filled,dotted", fillcolor="#fffef5", color="#888888", id="clf.ax_commutative", kind="classifier_domain", label="Commutative"];
  "ax.Differential" [style="rounded,filled,dotted", fillcolor="#fffef5", color="#888888", id="clf.ax_differential", kind="classifier_domain", label="Differential"];
  "ax.Domain" [style="rounded,filled,dotted", fillcolor="#fffef5", color="#888888", id="clf.ax_domain", kind="classifier_domain", label="Domain"];
  "ax.Euclidean" [style="rounded,filled,dotted", fillcolor="#fffef5", color="#888888", id="clf.ax_euclidean", kind="classifier_domain", label="Euclidean"];
  "ax.FinitelyGenerated" [style="rounded,filled,dotted", fillcolor="#fffef5", color="#888888", id="clf.ax_finitelygenerated", kind="classifier_domain", label="FinitelyGenerated"];
  "ax.GCDDomain" [style="rounded,filled,dotted", fillcolor="#fffef5", color="#888888", id="clf.ax_gcddomain", kind="classifier_domain", label="GCDDomain"];
  "ax.IntegralDomain" [style="rounded,filled,dotted", fillcolor="#fffef5", color="#888888", id="clf.ax_integraldomain", kind="classifier_domain", label="IntegralDomain"];
  "ax.Inverse" [style="rounded,filled,dotted", fillcolor="#fffef5", color="#888888", id="clf.ax_inverse", kind="classifier_domain", label="Inverse"];
  "ax.Monoidal" [style="rounded,filled,dotted", fillcolor="#fffef5", color="#888888", id="clf.ax_monoidal", kind="classifier_domain", label="Monoidal"];
  "ax.Noetherian" [style="rounded,filled,dotted", fillcolor="#fffef5", color="#888888", id="clf.ax_noetherian", kind="classifier_domain", label="Noetherian"];
  "ax.PID" [style="rounded,filled,dotted", fillcolor="#fffef5", color="#888888", id="clf.ax_pid", kind="classifier_domain", label="PID"];
  "ax.UFD" [style="rounded,filled,dotted", fillcolor="#fffef5", color="#888888", id="clf.ax_ufd", kind="classifier_domain", label="UFD"];
  "ax.Unital" [style="rounded,filled,dotted", fillcolor="#fffef5", color="#888888", id="clf.ax_unital", kind="classifier_domain", label="Unital"];
  "∫Bil.Alternating" [style="rounded,filled,dotted", fillcolor="#fffef5", color="#888888", id="clf.int_bil_alternating", kind="classifier_domain", label="Alternating"];
  "∫Bil.SkewSymmetric" [style="rounded,filled,dotted", fillcolor="#fffef5", color="#888888", id="clf.int_bil_skewsymmetric", kind="classifier_domain", label="SkewSymmetric"];
  "∫Bil.Symmetric" [style="rounded,filled,dotted", fillcolor="#fffef5", color="#888888", id="clf.int_bil_symmetric", kind="classifier_domain", label="Symmetric"];
  "∫Bil_R(W).Finite" [style="rounded,filled,dotted", fillcolor="#fffef5", color="#888888", id="clf.int_bil_r.finite.domain", kind="classifier_domain", label="Finite"];
  "∫Bil_R(W).Nondegenerate" [style="rounded,filled,dotted", fillcolor="#fffef5", color="#888888", id="clf.int_bil_r.nondegenerate.domain", kind="classifier_domain", label="Nondegenerate"];
  "∫Hom.Even" [style="rounded,filled,dotted", fillcolor="#fffef5", color="#888888", id="clf.int_hom_even", kind="classifier_domain", label="Even"];
  "∫Hom.Nondegenerate" [style="rounded,filled,dotted", fillcolor="#fffef5", color="#888888", id="clf.int_hom_nondegenerate", kind="classifier_domain", label="Nondegenerate"];
  "∫Hom.Odd" [style="rounded,filled,dotted", fillcolor="#fffef5", color="#888888", id="clf.int_hom_odd", kind="classifier_domain", label="Odd"];
  "∫Hom.Unimodular" [style="rounded,filled,dotted", fillcolor="#fffef5", color="#888888", id="clf.int_hom_unimodular", kind="classifier_domain", label="Unimodular"];
  "∫Quad_R(W).Nondegenerate" [style="rounded,filled,dotted", fillcolor="#fffef5", color="#888888", id="clf.int_quad_r.nondegenerate.domain", kind="classifier_domain", label="Nondegenerate"];

  // --- alias ---
  "AlgebrasOverField = Algebras.OverField" [style="rounded,filled", fillcolor="#fce4ec", color="#880e4f", id="cat.associativeunitalalgebras_k", kind="alias"];
  "ChainComplexes(C)" [style="rounded,filled", fillcolor="#fce4ec", color="#880e4f", id="cat.chaincomplexes_c", kind="alias"];
  ChowGroups [style="rounded,filled", fillcolor="#fce4ec", color="#880e4f", id="val.chowgroups", kind="alias"];
  CohomologyRings [style="rounded,filled", fillcolor="#fce4ec", color="#880e4f", id="val.cohomologyrings", kind="alias"];
  "CommRings = Rings.Commutative" [style="rounded,filled", fillcolor="#fce4ec", color="#880e4f", id="cat.commutativerings", kind="alias"];
  CoxeterGroups [style="rounded,filled", fillcolor="#fce4ec", color="#880e4f", id="cat.coxetergroups", kind="alias"];
  Cycles [style="rounded,filled", fillcolor="#fce4ec", color="#880e4f", id="val.cycles", kind="alias"];
  DeRhamCohomologyRings [style="rounded,filled", fillcolor="#fce4ec", color="#880e4f", id="val.derhamcohomologyrings", kind="alias"];
  DiffFormModules [style="rounded,filled", fillcolor="#fce4ec", color="#880e4f", id="val.diffformmodules", kind="alias"];
  Div [style="rounded,filled", fillcolor="#fce4ec", color="#880e4f", id="val.div", kind="alias"];
  "DivisionRings = Rings.Division" [style="rounded,filled", fillcolor="#fce4ec", color="#880e4f", id="cat.divisionrings", kind="alias"];
  Genera [style="rounded,filled", fillcolor="#fce4ec", color="#880e4f", id="val.genera", kind="alias"];
  Homsets [style="rounded,filled", fillcolor="#fce4ec", color="#880e4f", id="cat.homsets_c", kind="alias"];
  "HopfAlgebras(R)" [style="rounded,filled", fillcolor="#fce4ec", color="#880e4f", id="cat.hopfalgebras_r", kind="alias"];
  "IntegralDomains = Domains.Commutative" [style="rounded,filled", fillcolor="#fce4ec", color="#880e4f", id="cat.integraldomains", kind="alias"];
  IsometryGroups [style="rounded,filled", fillcolor="#fce4ec", color="#880e4f", id="val.isometrygroups", kind="alias"];
  "LeftModules(R)" [style="rounded,filled", fillcolor="#fce4ec", color="#880e4f", id="cat.left_modules_r", kind="alias"];
  "LieAlgebras(R)" [style="rounded,filled", fillcolor="#fce4ec", color="#880e4f", id="cat.liealgebras_r", kind="alias"];
  "Modules(R)" [style="rounded,filled", fillcolor="#fce4ec", color="#880e4f", id="cat.modules_a", kind="alias"];
  NS [style="rounded,filled", fillcolor="#fce4ec", color="#880e4f", id="val.ns", kind="alias"];
  OrthogonalGroups [style="rounded,filled", fillcolor="#fce4ec", color="#880e4f", id="val.orthogonal_groups", kind="alias"];
  Pic [style="rounded,filled", fillcolor="#fce4ec", color="#880e4f", id="val.pic", kind="alias"];
  "RightModules(R)" [style="rounded,filled", fillcolor="#fce4ec", color="#880e4f", id="cat.modules_rop", kind="alias"];
  "Schemes(S)" [style="rounded,filled", fillcolor="#fce4ec", color="#880e4f", id="cat.schemes_k", kind="alias"];
  TensorFieldModules [style="rounded,filled", fillcolor="#fce4ec", color="#880e4f", id="val.tensorfieldmodules", kind="alias"];
  "UnitalAlgebras = Algebras.Associative.Unital" [style="rounded,filled", fillcolor="#fce4ec", color="#880e4f", id="cat.associativeunitalalgebras_r", kind="alias"];
  VectorFieldModules [style="rounded,filled", fillcolor="#fce4ec", color="#880e4f", id="val.vectorfieldmodules", kind="alias"];
  "VectorSpaces(K) = Modules.OverField" [style="rounded,filled", fillcolor="#fce4ec", color="#880e4f", id="cat.modules_k", kind="alias"];
  WeylGroups [style="rounded,filled", fillcolor="#fce4ec", color="#880e4f", id="cat.weylgroups", kind="alias"];

  // --- preferred arrows ---
  "LeftModules(R)" -> "Modules(R)" [dir=both, kind="equivalence", id="arr.alias.left_modules"];
  "Algebras(R).Graded" -> "Algebras(R)" [style=dotted, kind="classifier_leg", id="arr.clf.algebras_r.graded"];
  "ax.Associative" -> Magmas [style=dotted, kind="classifier_leg", id="arr.clf.ax_associative"];
  "ax.Commutative" -> Magmas [style=dotted, kind="classifier_leg", id="arr.clf.ax_commutative"];
  "ax.Differential" -> "Algebras(R)" [style=dotted, kind="classifier_leg", id="arr.clf.ax_differential"];
  "ax.Domain" -> Rings [style=dotted, kind="classifier_leg", id="arr.clf.ax_domain"];
  "ax.Euclidean" -> "IntegralDomains = Domains.Commutative" [style=dotted, kind="classifier_leg", id="arr.clf.ax_euclidean"];
  "ax.FinitelyGenerated" -> Magmas [style=dotted, kind="classifier_leg", id="arr.clf.ax_finitelygenerated"];
  "ax.GCDDomain" -> "IntegralDomains = Domains.Commutative" [style=dotted, kind="classifier_leg", id="arr.clf.ax_gcddomain"];
  "ax.IntegralDomain" -> "Domains = Rings.Domain" [style=dotted, kind="classifier_leg", id="arr.clf.ax_integraldomain"];
  "ax.Inverse" -> Magmas [style=dotted, kind="classifier_leg", id="arr.clf.ax_inverse"];
  "ax.Monoidal" -> CatObject [style=dotted, kind="classifier_leg", id="arr.clf.ax_monoidal"];
  "ax.Noetherian" -> "CommRings = Rings.Commutative" [style=dotted, kind="classifier_leg", id="arr.clf.ax_noetherian"];
  "ax.PID" -> "IntegralDomains = Domains.Commutative" [style=dotted, kind="classifier_leg", id="arr.clf.ax_pid"];
  "ax.UFD" -> "IntegralDomains = Domains.Commutative" [style=dotted, kind="classifier_leg", id="arr.clf.ax_ufd"];
  "ax.Unital" -> Magmas [style=dotted, kind="classifier_leg", id="arr.clf.ax_unital"];
  "CatObject.Colimits" -> CatObject [style=dotted, kind="classifier_leg", id="arr.clf.catobject_colimits"];
  "CatObject.Coproducts" -> "CatObject.Colimits" [style=dotted, kind="classifier_leg", id="arr.clf.catobject_coproducts"];
  "CatObject.Finite" -> CatObject [style=dotted, kind="classifier_leg", id="arr.clf.catobject_finite"];
  "CatObject.Limits" -> CatObject [style=dotted, kind="classifier_leg", id="arr.clf.catobject_limits"];
  "CatObject.LocallySmall" -> CatObject [style=dotted, kind="classifier_leg", id="arr.clf.catobject_locallysmall"];
  "CatObject.Products" -> "CatObject.Limits" [style=dotted, kind="classifier_leg", id="arr.clf.catobject_products"];
  "CatObject.Thin" -> CatObject [style=dotted, kind="classifier_leg", id="arr.clf.catobject_thin"];
  "Graphs.Directed" -> Graphs [style=dotted, kind="classifier_leg", id="arr.clf.graphs_directed"];
  "∫Bil.Alternating" -> "∫Bil.SkewSymmetric" [style=dotted, kind="classifier_leg", id="arr.clf.int_bil_alternating"];
  "∫Bil_R(W).Finite" -> "∫Bil_R(W)" [style=dotted, kind="classifier_leg", id="arr.clf.int_bil_r_finite"];
  "∫Bil_R(W).Nondegenerate" -> "∫Bil_R(W)" [style=dotted, kind="classifier_leg", id="arr.clf.int_bil_r_nondegenerate"];
  "∫Bil.SkewSymmetric" -> "∫Bil_R(W)" [style=dotted, kind="classifier_leg", id="arr.clf.int_bil_skewsymmetric"];
  "∫Bil.Symmetric" -> "∫Bil_R(W)" [style=dotted, kind="classifier_leg", id="arr.clf.int_bil_symmetric"];
  "∫Hom.Even" -> "∫Hom_R(−,W)" [style=dotted, kind="classifier_leg", id="arr.clf.int_hom_even"];
  "∫Hom.Nondegenerate" -> "∫Hom_R(−,W)" [style=dotted, kind="classifier_leg", id="arr.clf.int_hom_nondegenerate"];
  "∫Hom.Odd" -> "∫Hom_R(−,W)" [style=dotted, kind="classifier_leg", id="arr.clf.int_hom_odd"];
  "∫Hom.Unimodular" -> "∫Hom_R(−,W)" [style=dotted, kind="classifier_leg", id="arr.clf.int_hom_unimodular"];
  "∫Quad_R(W).Nondegenerate" -> "∫Quad_R(W)" [style=dotted, kind="classifier_leg", id="arr.clf.int_quad_r_nondegenerate"];
  "Lat.Definite" -> "Lat_R = ∫Bil_R(R).Symmetric.Nondegenerate" [style=dotted, kind="classifier_leg", id="arr.clf.lat_definite"];
  "Lat.Hyperbolic" -> "Lat_R = ∫Bil_R(R).Symmetric.Nondegenerate" [style=dotted, kind="classifier_leg", id="arr.clf.lat_hyperbolic"];
  "Lat.Indefinite" -> "Lat_R = ∫Bil_R(R).Symmetric.Nondegenerate" [style=dotted, kind="classifier_leg", id="arr.clf.lat_indefinite"];
  "Lat.NegativeDefinite" -> "Lat_R = ∫Bil_R(R).Symmetric.Nondegenerate" [style=dotted, kind="classifier_leg", id="arr.clf.lat_negativedefinite"];
  "Lat.PositiveDefinite" -> "Lat_R = ∫Bil_R(R).Symmetric.Nondegenerate" [style=dotted, kind="classifier_leg", id="arr.clf.lat_positivedefinite"];
  "Magmas.Multiplicative" -> Magmas [style=dotted, kind="classifier_leg", id="arr.clf.magmas_multiplicative"];
  "Manifolds.PL" -> Manifolds [style=dotted, kind="classifier_leg", id="arr.clf.manifolds_pl"];
  "Manifolds.Smooth" -> Manifolds [style=dotted, kind="classifier_leg", id="arr.clf.manifolds_smooth"];
  "Modules.OverField" -> "Modules(R)" [style=dotted, kind="classifier_leg", id="arr.clf.modules.over_field"];
  "Modules.WithBasis" -> "Modules(R)" [style=dotted, kind="classifier_leg", id="arr.clf.modules.with_basis"];
  "Modules.FinitelyGenerated" -> "Modules(R)" [style=dotted, kind="classifier_leg", id="arr.clf.modules_finitelygenerated"];
  "Modules.FinitelyPresented" -> "Modules(R)" [style=dotted, kind="classifier_leg", id="arr.clf.modules_finitelypresented"];
  "Modules.FiniteRank" -> "Modules(R)" [style=dotted, kind="classifier_leg", id="arr.clf.modules_finiterank"];
  "Modules.Free" -> "Modules(R)" [style=dotted, kind="classifier_leg", id="arr.clf.modules_free"];
  "Modules.Projective" -> "Modules(R)" [style=dotted, kind="classifier_leg", id="arr.clf.modules_projective"];
  "Modules.Torsion" -> "Modules(R)" [style=dotted, kind="classifier_leg", id="arr.clf.modules_torsion"];
  "Modules.TorsionFree" -> "Modules(R)" [style=dotted, kind="classifier_leg", id="arr.clf.modules_torsionfree"];
  "Modules.WithGenerators" -> "Modules(R)" [style=dotted, kind="classifier_leg", id="arr.clf.modules_withgenerators"];
  "Rings.Commutative" -> Rings [style=dotted, kind="classifier_leg", id="arr.clf.rings_commutative"];
  "Schemes.Affine" -> "Schemes(S)" [style=dotted, kind="classifier_leg", id="arr.clf.schemes_affine"];
  "Schemes.Étale" -> "Schemes(S)" [style=dotted, kind="classifier_leg", id="arr.clf.schemes_etale"];
  "Schemes.Finite" -> "Schemes(S)" [style=dotted, kind="classifier_leg", id="arr.clf.schemes_finite"];
  "Schemes.FiniteType" -> "Schemes(S)" [style=dotted, kind="classifier_leg", id="arr.clf.schemes_finitetype"];
  "Schemes.Flat" -> "Schemes(S)" [style=dotted, kind="classifier_leg", id="arr.clf.schemes_flat"];
  "Schemes.Integral" -> "Schemes(S)" [style=dotted, kind="classifier_leg", id="arr.clf.schemes_integral"];
  "Schemes.LocallyFinitePresentation" -> "Schemes(S)" [style=dotted, kind="classifier_leg", id="arr.clf.schemes_locallyfinitepresentation"];
  "Schemes.Projective" -> "Schemes(S)" [style=dotted, kind="classifier_leg", id="arr.clf.schemes_projective"];
  "Schemes.Proper" -> "Schemes(S)" [style=dotted, kind="classifier_leg", id="arr.clf.schemes_proper"];
  "Schemes.RelativeDimension(n)" -> "Schemes(S)" [style=dotted, kind="classifier_leg", id="arr.clf.schemes_relativedimension"];
  "Schemes(S).RelativeDimension(1)" -> "Schemes(S)" [style=dotted, kind="classifier_leg", id="arr.clf.schemes_s_relativedimension"];
  "Schemes.Separated" -> "Schemes(S)" [style=dotted, kind="classifier_leg", id="arr.clf.schemes_separated"];
  "Schemes.Smooth" -> "Schemes(S)" [style=dotted, kind="classifier_leg", id="arr.clf.schemes_smooth"];
  "Schemes.Unramified" -> "Schemes(S)" [style=dotted, kind="classifier_leg", id="arr.clf.schemes_unramified"];
  "Sets.Finite" -> Sets [style=dotted, kind="classifier_leg", id="arr.clf.sets.finite"];
  "Sets.Graded" -> Sets [style=dotted, kind="classifier_leg", id="arr.clf.sets.graded"];
  "Sets.Countable" -> Sets [style=dotted, kind="classifier_leg", id="arr.clf.sets_countable"];
  "Sets.Infinite" -> Sets [style=dotted, kind="classifier_leg", id="arr.clf.sets_infinite"];
  "Sets.Uncountable" -> Sets [style=dotted, kind="classifier_leg", id="arr.clf.sets_uncountable"];
  "AbelianGroups = Groups.Commutative" -> "Groups = Magmas.Associative.Unital.Inverse" [kind="full_inclusion", id="arr.dot.abeliangroups__groups"];
  "AdditiveAbelianGroups = AdditiveGroups.Commutative" -> "AdditiveGroups = Magmas.Additive.Associative.Unital.Inverse" [kind="full_inclusion", id="arr.dot.additiveabeliangroups__additivegroups"];
  "AdditiveGroups = Magmas.Additive.Associative.Unital.Inverse" -> "AdditiveMonoids = Magmas.Additive.Associative.Unital" [kind="full_inclusion", id="arr.dot.additivegroups__additivemonoids"];
  "AdditiveMonoids = Magmas.Additive.Associative.Unital" -> "AdditiveSemigroups = Magmas.Additive.Associative" [kind="full_inclusion", id="arr.dot.additivemonoids__additivesemigroups"];
  "AdditiveSemigroups = Magmas.Additive.Associative" -> "Magmas.Additive" [kind="full_inclusion", id="arr.dot.additivesemigroups__magmas_additive"];
  AlgebraicSpaces -> "Schemes(S)" [kind="forgetful", id="arr.dot.algebraicspaces__schemes"];
  AlgebraicStacks -> Stacks [kind="forgetful", id="arr.dot.algebraicstacks__stacks"];
  "Algebras(R)" -> Magmas [kind="forgetful", id="arr.dot.algebras__magmas"];
  "AlgebrasOverField = Algebras.OverField" -> "Algebras(R)" [kind="full_inclusion", id="arr.dot.algebrasoverfield__algebras"];
  "AlgebrasOverField = Algebras.OverField" -> "VectorSpaces(K) = Modules.OverField" [kind="full_inclusion", id="arr.dot.algebrasoverfield__vectorspaces"];
  "Arr(−)" -> CatObject [color="#6a1b9a", kind="construction", id="arr.dot.arr__catobject"];
  ArtinStacks -> AlgebraicStacks [kind="forgetful", id="arr.dot.artinstacks__algebraicstacks"];
  "AssociativeAlgebras = Algebras.Associative" -> "Algebras(R)" [kind="full_inclusion", id="arr.dot.associativealgebras__algebras"];
  "Bialgebras(R)" -> "Coalgebras(R)" [kind="forgetful", id="arr.dot.bialgebras__coalgebras"];
  "Bialgebras(R)" -> "UnitalAlgebras = Algebras.Associative.Unital" [kind="forgetful", id="arr.dot.bialgebras__unitalalgebras"];
  Bicategories -> CatObject [kind="forgetful", id="arr.dot.bicategories__catobject"];
  "Bimodules(R,S)" -> "LeftModules(R)" [kind="forgetful", id="arr.dot.bimodules__leftmodules"];
  "Bimodules(R,S)" -> "RightModules(R)" [kind="forgetful", id="arr.dot.bimodules__rightmodules"];
  Cat_1 -> Cat_2 [kind="forgetful", id="arr.dot.cat_1__cat_2"];
  Cat_2 -> Bicategories [kind="forgetful", id="arr.dot.cat_2__bicategories"];
  "ChainComplexes(C)" -> "NonUnitalDGAs = Algebras.Differential" [kind="forgetful", id="arr.dot.chaincomplexes__nonunitaldgas"];
  ChowGroups -> "AbelianGroups = Groups.Commutative" [color="#6a1b9a", kind="construction", id="arr.dot.chowgroups__abeliangroups"];
  "C∞Algebras(R)" -> "CommAlgebras = UnitalAlgebras.Commutative" [kind="forgetful", id="arr.dot.cinftyalgebras__commalgebras"];
  ClassifyingStacks -> QuotientStacks [kind="forgetful", id="arr.dot.classifyingstacks__quotientstacks"];
  "CliffordAlgebras(R)" -> "UnitalAlgebras = Algebras.Associative.Unital" [kind="forgetful", id="arr.dot.cliffordalgebras__unitalalgebras"];
  "CochainComplexes(C)" -> "NonUnitalDGAs = Algebras.Differential" [kind="forgetful", id="arr.dot.cochaincomplexes__nonunitaldgas"];
  "Coh(X)" -> "Mod(O_X)" [kind="forgetful", id="arr.dot.coh__mod"];
  CohomologyRings -> Homology [color="#6a1b9a", kind="construction", id="arr.dot.cohomologyrings__homology"];
  CohomologyRings -> Rings [color="#6a1b9a", kind="construction", id="arr.dot.cohomologyrings__rings"];
  Comma -> CatObject [color="#6a1b9a", kind="construction", id="arr.dot.comma__catobject"];
  "CommAlgebras = UnitalAlgebras.Commutative" -> "CommRings = Rings.Commutative" [kind="full_inclusion", id="arr.dot.commalgebras__commrings"];
  "CommAlgebras = UnitalAlgebras.Commutative" -> "UnitalAlgebras = Algebras.Associative.Unital" [kind="full_inclusion", id="arr.dot.commalgebras__unitalalgebras"];
  "CompleteIntersections(K)" -> "Varieties(K) = Schemes.Integral.Separated.FiniteType" [kind="forgetful", id="arr.dot.completeintersections__varieties"];
  Cones -> TopologicalSpaces [kind="forgetful", id="arr.dot.cones__topologicalspaces"];
  Coslices -> Comma [color="#6a1b9a", kind="construction", id="arr.dot.coslices__comma"];
  "CountableInfiniteSets = Sets.Countable.Infinite" -> "Sets.Countable" [kind="pullback_projection", id="arr.dot.countableinfinitesets__sets_countable"];
  "CountableInfiniteSets = Sets.Countable.Infinite" -> "Sets.Infinite" [kind="pullback_projection", id="arr.dot.countableinfinitesets__sets_infinite"];
  CoxeterGroups -> "Groups = Magmas.Associative.Unital.Inverse" [kind="forgetful", id="arr.dot.coxetergroups__groups"];
  "Curves(K) = Schemes.RelativeDimension(1)" -> "Varieties(K) = Schemes.Integral.Separated.FiniteType" [kind="full_inclusion", id="arr.dot.curves__varieties"];
  Cycles -> "AbelianGroups = Groups.Commutative" [color="#6a1b9a", kind="construction", id="arr.dot.cycles__abeliangroups"];
  DeligneMumfordStacks -> AlgebraicStacks [kind="forgetful", id="arr.dot.delignemumfordstacks__algebraicstacks"];
  DeligneMumfordStacks -> ArtinStacks [kind="forgetful", id="arr.dot.delignemumfordstacks__artinstacks"];
  DeRhamCohomologyRings -> CohomologyRings [color="#6a1b9a", kind="construction", id="arr.dot.derhamcohomologyrings__cohomologyrings"];
  DeRhamComplexes -> "CochainComplexes(C)" [kind="forgetful", id="arr.dot.derhamcomplexes__cochaincomplexes"];
  DeRhamComplexes -> DiffFormModules [color="#6a1b9a", kind="construction", id="arr.dot.derhamcomplexes__diffformmodules"];
  DescentData -> FibredCategories [color="#6a1b9a", kind="construction", id="arr.dot.descentdata__fibredcategories"];
  "DGAs = UnitalAlgebras.Differential" -> "Algebras(R).Graded" [kind="pullback_projection", id="arr.dot.dgas__algebras_graded"];
  "DGAs = UnitalAlgebras.Differential" -> "NonUnitalDGAs = Algebras.Differential" [kind="full_inclusion", id="arr.dot.dgas__nonunitaldgas"];
  "DGAs = UnitalAlgebras.Differential" -> "UnitalAlgebras = Algebras.Associative.Unital" [kind="full_inclusion", id="arr.dot.dgas__unitalalgebras"];
  DiagramCategories -> FunctorCategories [color="#6a1b9a", kind="construction", id="arr.dot.diagramcategories__functorcategories"];
  DiffFormModules -> "Modules(R)" [color="#6a1b9a", kind="construction", id="arr.dot.diffformmodules__modules"];
  DiffFormModules -> "Sets.Graded" [color="#6a1b9a", kind="construction", id="arr.dot.diffformmodules__sets_graded"];
  "DiscBil = ∫Bil.Symmetric.Nondegenerate.Finite" -> "∫Bil_R(W)" [kind="full_inclusion", id="arr.dot.discbil__int_bil_r"];
  "DiscBil = ∫Bil.Symmetric.Nondegenerate.Finite" -> "Sets.Finite" [kind="pullback_projection", id="arr.dot.discbil__sets_finite"];
  "DiscQuad = ∫Quad.Nondegenerate" -> "∫Quad_R(W)" [kind="full_inclusion", id="arr.dot.discquad__int_quad_r"];
  Div -> "AbelianGroups = Groups.Commutative" [color="#6a1b9a", kind="construction", id="arr.dot.div__abeliangroups"];
  "DivisionRings = Rings.Division" -> "Domains = Rings.Domain" [kind="full_inclusion", id="arr.dot.divisionrings__domains"];
  "DivisionRings = Rings.Division" -> Rings [kind="full_inclusion", id="arr.dot.divisionrings__rings"];
  DualObjects -> "TensorProducts = CatObject.Monoidal" [kind="forgetful", id="arr.dot.dualobjects__tensorproducts"];
  "EuclideanDomains = Rings.Commutative.Euclidean" -> "PIDs = Rings.Commutative.PID" [kind="full_inclusion", id="arr.dot.euclideandomains__pids"];
  "ExteriorAlgebras(R)" -> "Algebras(R).Graded" [kind="pullback_projection", id="arr.dot.exterioralgebras__algebras_graded"];
  "ExteriorAlgebras(R)" -> "UnitalAlgebras = Algebras.Associative.Unital" [kind="forgetful", id="arr.dot.exterioralgebras__unitalalgebras"];
  Fans -> Cones [kind="forgetful", id="arr.dot.fans__cones"];
  FibredCategories -> Cat_1 [color="#6a1b9a", kind="construction", id="arr.dot.fibredcategories__cat_1"];
  Fields -> "DivisionRings = Rings.Division" [kind="forgetful", id="arr.dot.fields__divisionrings"];
  Fields -> "EuclideanDomains = Rings.Commutative.Euclidean" [kind="forgetful", id="arr.dot.fields__euclideandomains"];
  "FinitelyGeneratedGroups = Magmas.Associative.Unital.Inverse.FinitelyGenerated" -> "Groups = Magmas.Associative.Unital.Inverse" [kind="full_inclusion", id="arr.dot.finitelygeneratedgroups__groups"];
  "FinitelyGeneratedModules = Modules.FinitelyGenerated" -> "Modules(R)" [kind="full_inclusion", id="arr.dot.finitelygeneratedmodules__modules"];
  "FinitelyPresentedModules = Modules.FinitelyPresented" -> "FinitelyGeneratedModules = Modules.FinitelyGenerated" [kind="full_inclusion", id="arr.dot.finitelypresentedmodules__finitelygeneratedmodules"];
  "FiniteRankModules = Modules.FiniteRank" -> "Modules(R)" [kind="full_inclusion", id="arr.dot.finiterankmodules__modules"];
  "FreeModules = Modules.Free" -> "Modules(R)" [kind="full_inclusion", id="arr.dot.freemodules__modules"];
  "FreeModules = Modules.Free" -> "ProjectiveModules = Modules.Projective" [kind="full_inclusion", id="arr.dot.freemodules__projectivemodules"];
  FunctorCategories -> HomCategories [color="#6a1b9a", kind="construction", id="arr.dot.functorcategories__homcategories"];
  "G-Objects(G)" -> CatObject [kind="forgetful", id="arr.dot.g_objects__catobject"];
  "G-Objects(G)" -> "Groups = Magmas.Associative.Unital.Inverse" [kind="forgetful", id="arr.dot.g_objects__groups"];
  "GCDDomains = Rings.Commutative.GCDDomain" -> "IntegralDomains = Domains.Commutative" [kind="full_inclusion", id="arr.dot.gcddomains__integraldomains"];
  Genera -> "Sets.Finite" [color="#6a1b9a", kind="construction", id="arr.dot.genera__sets_finite"];
  Graphs -> CatObject [kind="forgetful", id="arr.dot.graphs__catobject"];
  GroupoidObjects -> CatObject [color="#6a1b9a", kind="construction", id="arr.dot.groupoidobjects__catobject"];
  GroupoidObjects -> Groupoids [color="#6a1b9a", kind="construction", id="arr.dot.groupoidobjects__groupoids"];
  Groupoids -> Cat_1 [kind="forgetful", id="arr.dot.groupoids__cat_1"];
  HodgeStructures -> "AdditiveAbelianGroups = AdditiveGroups.Commutative" [kind="forgetful", id="arr.dot.hodgestructures__additiveabeliangroups"];
  HomCategories -> CatObject [color="#6a1b9a", kind="construction", id="arr.dot.homcategories__catobject"];
  Homology -> "DGAs = UnitalAlgebras.Differential" [kind="forgetful", id="arr.dot.homology__dgas"];
  Homology -> "Modules(R)" [kind="forgetful", id="arr.dot.homology__modules"];
  Homsets -> HomCategories [kind="forgetful", id="arr.dot.homsets__homcategories"];
  Homsets -> Sets [kind="forgetful", id="arr.dot.homsets__sets"];
  "Hypersurfaces(K)" -> "Varieties(K) = Schemes.Integral.Separated.FiniteType" [kind="forgetful", id="arr.dot.hypersurfaces__varieties"];
  IncidenceCategories -> Cat_1 [kind="forgetful", id="arr.dot.incidencecategories__cat_1"];
  "∫Bil_R(W)" -> "∫Hom_R(−,W)" [kind="forgetful", id="arr.dot.int_bil_r__int_hom_r"];
  "∫Herm_R(W)" -> "∫Hom_R(−,W)" [kind="forgetful", id="arr.dot.int_herm_r__int_hom_r"];
  "∫Hom_R(−,W)" -> "Modules(R)" [kind="forgetful", id="arr.dot.int_hom_r__modules"];
  "∫Quad_R(W)" -> "∫Hom_R(−,W)" [kind="forgetful", id="arr.dot.int_quad_r__int_hom_r"];
  "IntegralDomains = Domains.Commutative" -> "CommRings = Rings.Commutative" [kind="full_inclusion", id="arr.dot.integraldomains__commrings"];
  "IntegralDomains = Domains.Commutative" -> "Domains = Rings.Domain" [kind="full_inclusion", id="arr.dot.integraldomains__domains"];
  IsometryGroups -> LatticeHomsets [color="#6a1b9a", kind="construction", id="arr.dot.isometrygroups__latticehomsets"];
  IsometryGroups -> OrthogonalGroups [color="#6a1b9a", kind="construction", id="arr.dot.isometrygroups__orthogonalgroups"];
  IsomorphicObjects -> "Arr(−)" [color="#6a1b9a", kind="construction", id="arr.dot.isomorphicobjects__arr"];
  "Lat_R = ∫Bil_R(R).Symmetric.Nondegenerate" -> "∫Bil_R(W)" [kind="full_inclusion", id="arr.dot.lat_r__int_bil_r"];
  "Lat_R = ∫Bil_R(R).Symmetric.Nondegenerate" -> "ProjectiveModules = Modules.Projective" [kind="full_inclusion", id="arr.dot.lat_r__projectivemodules"];
  LatticeHomsets -> Homsets [kind="forgetful", id="arr.dot.latticehomsets__homsets"];
  LatticeHomsets -> "Lat_R = ∫Bil_R(R).Symmetric.Nondegenerate" [kind="forgetful", id="arr.dot.latticehomsets__lat_r"];
  LatticePolytopes -> Polyhedra [kind="forgetful", id="arr.dot.latticepolytopes__polyhedra"];
  LocallyRingedSpaces -> RingedSpaces [kind="forgetful", id="arr.dot.locallyringedspaces__ringedspaces"];
  Manifolds -> RingedSpaces [kind="forgetful", id="arr.dot.manifolds__ringedspaces"];
  Manifolds -> TopologicalSpaces [kind="forgetful", id="arr.dot.manifolds__topologicalspaces"];
  "Manifolds.Smooth" -> "Varieties(K) = Schemes.Integral.Separated.FiniteType" [color="#6a1b9a", kind="construction", id="arr.dot.manifolds_smooth__varieties"];
  MetricSpaces -> TopologicalSpaces [kind="forgetful", id="arr.dot.metricspaces__topologicalspaces"];
  "Mod(O_X)" -> "Modules(R)" [kind="forgetful", id="arr.dot.mod__modules"];
  "Mod(O_X)" -> RingedSites [kind="forgetful", id="arr.dot.mod__ringedsites"];
  "Mod(O_X)" -> RingedSpaces [kind="forgetful", id="arr.dot.mod__ringedspaces"];
  "Modules(R)" -> "AdditiveAbelianGroups = AdditiveGroups.Commutative" [kind="forgetful", id="arr.dot.modules__additiveabeliangroups"];
  "ModulesWithBasis = Bimodules(R,R).WithBasis" -> "FreeModules = Modules.Free" [kind="full_inclusion", id="arr.dot.moduleswithbasis__freemodules"];
  "ModulesWithGenerators = Modules.WithGenerators" -> "Modules(R)" [kind="full_inclusion", id="arr.dot.moduleswithgenerators__modules"];
  "NoetherianCommRings = Rings.Commutative.Noetherian" -> "CommRings = Rings.Commutative" [kind="full_inclusion", id="arr.dot.noetheriancommrings__commrings"];
  "NonUnitalDGAs = Algebras.Differential" -> "Algebras(R)" [kind="full_inclusion", id="arr.dot.nonunitaldgas__algebras"];
  "NonUnitalDGAs = Algebras.Differential" -> "Algebras(R).Graded" [kind="pullback_projection", id="arr.dot.nonunitaldgas__algebras_graded"];
  NS -> "AbelianGroups = Groups.Commutative" [color="#6a1b9a", kind="construction", id="arr.dot.ns__abeliangroups"];
  NS -> "Lat_R = ∫Bil_R(R).Symmetric.Nondegenerate" [color="#6a1b9a", kind="construction", id="arr.dot.ns__lat_r"];
  "(−)^op" -> CatObject [color="#6a1b9a", kind="construction", id="arr.dot.op__catobject"];
  OrthogonalGroups -> "Groups = Magmas.Associative.Unital.Inverse" [color="#6a1b9a", kind="construction", id="arr.dot.orthogonalgroups__groups"];
  OrthogonalGroups -> "∫Bil_R(W)" [color="#6a1b9a", kind="construction", id="arr.dot.orthogonalgroups__int_bil_r"];
  Pic -> "AbelianGroups = Groups.Commutative" [color="#6a1b9a", kind="construction", id="arr.dot.pic__abeliangroups"];
  "PIDs = Rings.Commutative.PID" -> "UFDs = Rings.Commutative.UFD" [kind="full_inclusion", id="arr.dot.pids__ufds"];
  Polyhedra -> TopologicalSpaces [kind="forgetful", id="arr.dot.polyhedra__topologicalspaces"];
  Posets -> "CatObject.Thin" [kind="pullback_projection", id="arr.dot.posets__catobject_thin"];
  Presheaves -> FunctorCategories [kind="forgetful", id="arr.dot.presheaves__functorcategories"];
  Prestacks -> FibredCategories [kind="forgetful", id="arr.dot.prestacks__fibredcategories"];
  "ProjectiveModules = Modules.Projective" -> "Modules(R)" [kind="full_inclusion", id="arr.dot.projectivemodules__modules"];
  "QCoh(X)" -> "Mod(O_X)" [kind="forgetful", id="arr.dot.qcoh__mod"];
  Quotients -> Coslices [color="#6a1b9a", kind="construction", id="arr.dot.quotients__coslices"];
  QuotientStacks -> AlgebraicStacks [kind="forgetful", id="arr.dot.quotientstacks__algebraicstacks"];
  QuotientStacks -> "G-Objects(G)" [kind="forgetful", id="arr.dot.quotientstacks__g_objects"];
  QuotientStacks -> GroupoidObjects [kind="forgetful", id="arr.dot.quotientstacks__groupoidobjects"];
  ReflectionGroups -> "Groups = Magmas.Associative.Unital.Inverse" [kind="forgetful", id="arr.dot.reflectiongroups__groups"];
  "RightModules(R)" -> "AdditiveAbelianGroups = AdditiveGroups.Commutative" [kind="forgetful", id="arr.dot.rightmodules__additiveabeliangroups"];
  RingedSites -> Sites [kind="forgetful", id="arr.dot.ringedsites__sites"];
  RingedSpaces -> TopologicalSpaces [kind="forgetful", id="arr.dot.ringedspaces__topologicalspaces"];
  RingedTopoi -> Topoi [kind="forgetful", id="arr.dot.ringedtopoi__topoi"];
  Rings -> Rngs [kind="forgetful", id="arr.dot.rings__rngs"];
  Rings -> Semirings [kind="forgetful", id="arr.dot.rings__semirings"];
  Rngs -> "AdditiveAbelianGroups = AdditiveGroups.Commutative" [kind="forgetful", id="arr.dot.rngs__additiveabeliangroups"];
  Rngs -> "Semigroups = Magmas.Associative" [kind="forgetful", id="arr.dot.rngs__semigroups"];
  RootLattices -> "Lat_R = ∫Bil_R(R).Symmetric.Nondegenerate" [kind="forgetful", id="arr.dot.rootlattices__lat_r"];
  RootSystems -> Cones [kind="forgetful", id="arr.dot.rootsystems__cones"];
  "Schemes(S)" -> AlgebraicStacks [kind="forgetful", id="arr.dot.schemes__algebraicstacks"];
  "Schemes(S)" -> LocallyRingedSpaces [kind="forgetful", id="arr.dot.schemes__locallyringedspaces"];
  Semirings -> "AdditiveMonoids = Magmas.Additive.Associative.Unital" [kind="forgetful", id="arr.dot.semirings__additivemonoids"];
  Semirings -> "Monoids = Magmas.Associative.Unital" [kind="forgetful", id="arr.dot.semirings__monoids"];
  Sheaves -> Presheaves [kind="forgetful", id="arr.dot.sheaves__presheaves"];
  Sites -> Cat_1 [kind="forgetful", id="arr.dot.sites__cat_1"];
  Slices -> Comma [color="#6a1b9a", kind="construction", id="arr.dot.slices__comma"];
  SpecializationPosets -> Posets [kind="forgetful", id="arr.dot.specializationposets__posets"];
  StableGraphs -> Graphs [kind="forgetful", id="arr.dot.stablegraphs__graphs"];
  StableGraphs -> StratifiedSpaces [kind="forgetful", id="arr.dot.stablegraphs__stratifiedspaces"];
  Stacks -> Prestacks [kind="forgetful", id="arr.dot.stacks__prestacks"];
  StratifiedSpaces -> DeligneMumfordStacks [kind="forgetful", id="arr.dot.stratifiedspaces__delignemumfordstacks"];
  StratifiedSpaces -> SpecializationPosets [color="#6a1b9a", kind="construction", id="arr.dot.stratifiedspaces__specializationposets"];
  StratifiedSpaces -> TopologicalSpaces [kind="forgetful", id="arr.dot.stratifiedspaces__topologicalspaces"];
  Subobjects -> Slices [color="#6a1b9a", kind="construction", id="arr.dot.subobjects__slices"];
  Subquotients -> Quotients [color="#6a1b9a", kind="construction", id="arr.dot.subquotients__quotients"];
  Subquotients -> Subobjects [color="#6a1b9a", kind="construction", id="arr.dot.subquotients__subobjects"];
  "Surfaces(K) = Schemes.RelativeDimension(2)" -> "Varieties(K) = Schemes.Integral.Separated.FiniteType" [kind="full_inclusion", id="arr.dot.surfaces__varieties"];
  "SymmetricAlgebras(R)" -> "CommAlgebras = UnitalAlgebras.Commutative" [kind="forgetful", id="arr.dot.symmetricalgebras__commalgebras"];
  "TensorAlgebras(R)" -> "UnitalAlgebras = Algebras.Associative.Unital" [kind="forgetful", id="arr.dot.tensoralgebras__unitalalgebras"];
  TensorFieldModules -> "C∞Algebras(R)" [color="#6a1b9a", kind="construction", id="arr.dot.tensorfieldmodules__cinftyalgebras"];
  TensorFieldModules -> "Modules(R)" [color="#6a1b9a", kind="construction", id="arr.dot.tensorfieldmodules__modules"];
  "TensorProducts = CatObject.Monoidal" -> CatObject [kind="full_inclusion", id="arr.dot.tensorproducts__catobject"];
  Topoi -> Sheaves [kind="forgetful", id="arr.dot.topoi__sheaves"];
  TopologicalSpaces -> Sets [kind="forgetful", id="arr.dot.topologicalspaces__sets"];
  "ToricVarieties(K)" -> "Varieties(K) = Schemes.Integral.Separated.FiniteType" [kind="forgetful", id="arr.dot.toricvarieties__varieties"];
  Torsors -> "G-Objects(G)" [color="#6a1b9a", kind="construction", id="arr.dot.torsors__g_objects"];
  "UFDs = Rings.Commutative.UFD" -> "GCDDomains = Rings.Commutative.GCDDomain" [kind="full_inclusion", id="arr.dot.ufds__gcddomains"];
  "UnitalAlgebras = Algebras.Associative.Unital" -> "AssociativeAlgebras = Algebras.Associative" [kind="full_inclusion", id="arr.dot.unitalalgebras__associativealgebras"];
  "Varieties(K) = Schemes.Integral.Separated.FiniteType" -> "Schemes(S)" [kind="full_inclusion", id="arr.dot.varieties__schemes"];
  VectorFieldModules -> "C∞Algebras(R)" [color="#6a1b9a", kind="construction", id="arr.dot.vectorfieldmodules__cinftyalgebras"];
  VectorFieldModules -> "Modules(R)" [color="#6a1b9a", kind="construction", id="arr.dot.vectorfieldmodules__modules"];
  "VectorSpaces(K) = Modules.OverField" -> "Modules(R)" [kind="full_inclusion", id="arr.dot.vectorspaces__modules"];
  "VectorSpacesWithBasis = VectorSpaces.WithBasis" -> "ModulesWithBasis = Bimodules(R,R).WithBasis" [kind="full_inclusion", id="arr.dot.vectorspaceswithbasis__moduleswithbasis"];
  "VectorSpacesWithBasis = VectorSpaces.WithBasis" -> "VectorSpaces(K) = Modules.OverField" [kind="full_inclusion", id="arr.dot.vectorspaceswithbasis__vectorspaces"];
  WeylGroups -> ReflectionGroups [kind="forgetful", id="arr.dot.weylgroups__reflectiongroups"];
  Magmas -> Sets [kind="forgetful", id="arr.fun.magmas_to_sets"];
  Sets -> CatObject [kind="forgetful", id="arr.fun.sets_to_cat_object"];
  Fields -> Rings [kind="full_inclusion", id="arr.incl.fields_to_rings"];
  "Groups = Magmas.Associative.Unital.Inverse" -> "Monoids = Magmas.Associative.Unital" [kind="full_inclusion", id="arr.incl.groups_to_monoids"];
  "Monoids = Magmas.Associative.Unital" -> "Semigroups = Magmas.Associative" [kind="full_inclusion", id="arr.incl.monoids_to_semigroups"];
  "Semigroups = Magmas.Associative" -> Magmas [kind="full_inclusion", id="arr.incl.semigroups_to_magmas"];
  WeylGroups -> CoxeterGroups [kind="full_inclusion", id="arr.incl.weyl_to_coxeter"];
  "Algebras(R)" -> Rings [style=dashed,color="#e65100", kind="parameter_dependency", id="arr.param.algebras_r_base_ring"];
  "Modules(R)" -> Rings [style=dashed,color="#e65100", kind="parameter_dependency", id="arr.param.modules_r_base_ring"];
  "VectorSpaces(K) = Modules.OverField" -> Fields [style=dashed,color="#e65100", kind="parameter_dependency", id="arr.param.vector_spaces_field"];
  "CommRings = Rings.Commutative" -> Rings [kind="pullback_projection", id="arr.pb.comm_rings_to_rings"];
  "FiniteFields = Fields.Finite" -> Fields [kind="pullback_projection", id="arr.pb.finite_fields_to_fields"];
  "FiniteFields = Fields.Finite" -> "Sets.Finite" [kind="pullback_projection", id="arr.pb.finite_fields_to_sets_finite"];
  "FiniteRings = Rings.Finite" -> Rings [kind="pullback_projection", id="arr.pb.finite_rings_to_rings"];
  "FiniteRings = Rings.Finite" -> "Sets.Finite" [kind="pullback_projection", id="arr.pb.finite_rings_to_sets_finite"];
  "Lat.Hyperbolic" -> "Lat.Indefinite" [style=dashed, kind="theorem_inclusion", id="arr.thm.lat_hyperbolic_implies_indefinite"];
  "Lat.NegativeDefinite" -> "Lat.Definite" [style=dashed, kind="theorem_inclusion", id="arr.thm.lat_negative_definite"];
  "Lat.PositiveDefinite" -> "Lat.Definite" [style=dashed, kind="theorem_inclusion", id="arr.thm.lat_positive_definite"];
  "Sets.Finite" -> "Sets.Countable" [style=dashed, kind="theorem_inclusion", id="arr.thm.sets_finite_implies_countable"];
  "Sets.Uncountable" -> "Sets.Infinite" [style=dashed, kind="theorem_inclusion", id="arr.thm.sets_uncountable_implies_infinite"];
  "AdditiveGroups = Magmas.Additive.Associative.Unital.Inverse" -> "Magmas.Additive" [kind="forgetful", id="fun.additive_groups_to_additive_magmas"];
  "Algebras(R)" -> "Modules(R)" [kind="forgetful", id="fun.algebras_to_modules"];
  "Algebras(R)" -> Sets [kind="forgetful", id="fun.algebras_to_sets"];
  "Bialgebras(R)" -> "Algebras(R)" [kind="forgetful", id="fun.bialgebras_to_algebras"];
  "Coalgebras(R)" -> "Modules(R)" [kind="forgetful", id="fun.coalgebras_to_modules"];
  "Domains = Rings.Domain" -> Rings [kind="full_inclusion", id="fun.domains_to_rings"];
  Fields -> Sets [kind="forgetful", id="fun.fields_to_sets"];
  "Groups = Magmas.Associative.Unital.Inverse" -> Magmas [kind="forgetful", id="fun.groups_to_magmas"];
  "HopfAlgebras(R)" -> "Bialgebras(R)" [kind="forgetful", id="fun.hopf_to_bialgebras"];
  "IntegralDomains = Domains.Commutative" -> Fields [kind="forgetful", id="fun.integral_domains_to_fields"];
  "LieAlgebras(R)" -> "Algebras(R)" [kind="forgetful", id="fun.lie_to_algebras"];
  Manifolds -> Sets [kind="forgetful", id="fun.manifolds_to_sets"];
  MetricSpaces -> Sets [kind="forgetful", id="fun.metricspaces_to_sets"];
  "Modules(R)" -> Sets [kind="forgetful", id="fun.modules_to_sets"];
  Posets -> Sets [kind="forgetful", id="fun.posets_to_sets"];
  Rings -> Magmas [kind="forgetful", id="fun.rings_to_multiplicative_magmas"];
  Rings -> Sets [kind="forgetful", id="fun.rings_to_sets"];
  "UnitalAlgebras = Algebras.Associative.Unital" -> Magmas [kind="forgetful", id="fun.unital_algebras_to_magmas"];
  "Magmas.Additive" -> Magmas [kind="full_inclusion", id="arr.incl.additive_magmas_to_magmas"];
  "AdditiveGroups = Magmas.Additive.Associative.Unital.Inverse" -> Magmas [kind="forgetful", id="fun.additive_groups_to_magmas"];
  "Bimodules(R,R)" -> "Bimodules(R,S)" [kind="full_inclusion", id="arr.dot.bimodulesdiagonal__bimodules"];
  "Algebras(R)" -> "Bimodules(R,R)" [kind="forgetful", id="fun.algebras_to_bimodules"];
  "Bimodules(K,K) = Bimodules(R,R).OverField" -> "Bimodules(R,R)" [kind="full_inclusion", id="arr.dot.bimodulesfield__bimodulesdiagonal"];
  "VectorSpaces(K) = Modules.OverField" -> "Bimodules(K,K) = Bimodules(R,R).OverField" [kind="full_inclusion", id="fun.vectorspaces_central_section"];
  "AlgebrasOverField = Algebras.OverField" -> "Bimodules(K,K) = Bimodules(R,R).OverField" [kind="forgetful", id="fun.algebras_over_field_to_bimodules"];
  Sets -> "Monoids = Magmas.Associative.Unital" [kind="left_adjoint", id="fun.free.monoid"];
  Sets -> "Groups = Magmas.Associative.Unital.Inverse" [kind="left_adjoint", id="fun.free.group"];
  Sets -> "AdditiveAbelianGroups = AdditiveGroups.Commutative" [kind="left_adjoint", id="fun.free.abelian_group"];
  Sets -> "Modules(R)" [kind="left_adjoint", id="fun.free.module_r"];
  "Modules(R)" -> "UnitalAlgebras = Algebras.Associative.Unital" [kind="left_adjoint", id="fun.tensor_algebra"];
  Sets -> "UnitalAlgebras = Algebras.Associative.Unital" [kind="left_adjoint", id="fun.free.associative_algebra_set"];
  "Modules(R)" -> "CommAlgebras = UnitalAlgebras.Commutative" [kind="left_adjoint", id="fun.symmetric_algebra"];
  Sets -> "CommAlgebras = UnitalAlgebras.Commutative" [kind="left_adjoint", id="fun.free.commutative_algebra_set"];
  "Monoids = Magmas.Associative.Unital" -> "Bialgebras(R)" [kind="left_adjoint", id="fun.monoid_algebra"];
  "Groups = Magmas.Associative.Unital.Inverse" -> "HopfAlgebras(R)" [kind="left_adjoint", id="fun.group_algebra"];
  "Bialgebras(R)" -> "Monoids = Magmas.Associative.Unital" [kind="right_adjoint", id="fun.grouplike_elements"];
  "HopfAlgebras(R)" -> "Groups = Magmas.Associative.Unital.Inverse" [kind="right_adjoint", id="fun.grouplike_elements_hopf"];
  "BiAct(R,S)" -> "Modules(R)" [kind="pullback_projection", id="arr.proj.biact__modules"];
  "BiAct(R,S)" -> "RightModules(R)" [kind="pullback_projection", id="arr.proj.biact__rightmodules"];
  "Bimodules(R,S)" -> "BiAct(R,S)" [style=dotted, kind="classifier_leg", id="arr.clf.biact.commutation"];
+   "BasisFrame_n(R)" -> "GenFrame_n(R)" [kind="full_inclusion", id="arr.frame.basisframe__genframe"];
+   "BasisFrame_n(R)" -> "Coord_n(R)" [kind="forgetful", id="arr.frame.basisframe__coord"];
+   "GenFrame_n(R)" -> "Modules(R)" [kind="forgetful", id="arr.frame.genframe__modules"];
+   "Coord_n(R)" -> "Modules(R)" [kind="forgetful", id="arr.frame.coord__modules"];
}
